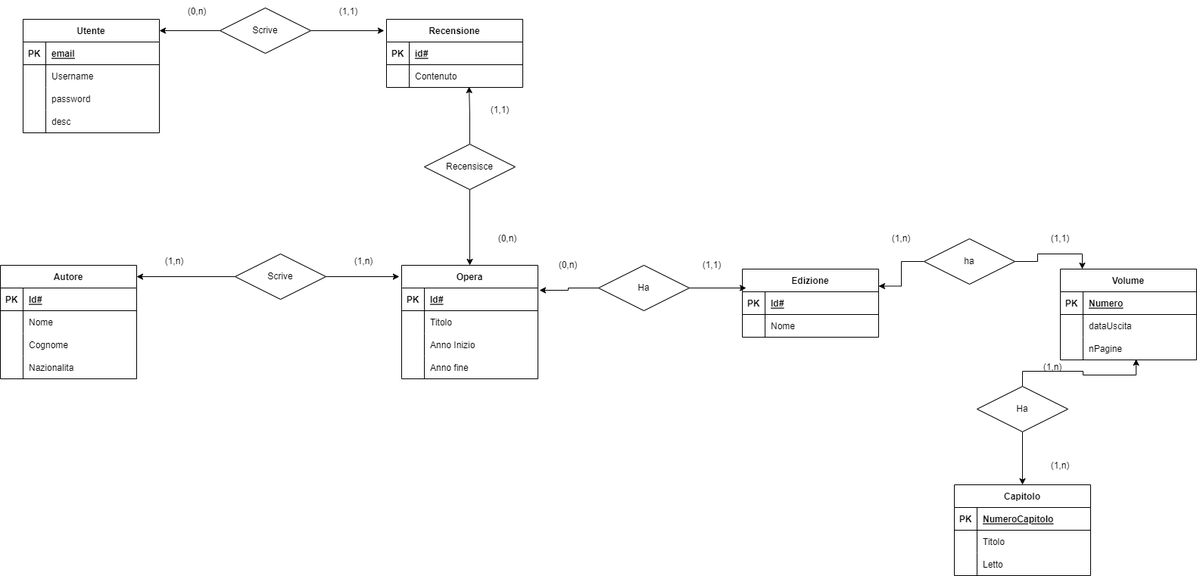
Cavosky/blog keeps this draw.io diagram as Progetto Blog.drawio.png. Above is the earlier version. Source tidied: cells renumbered, new cells last; positions are measured from the earlier drawing's top-left corner, leaving out a move shared by most shapes.
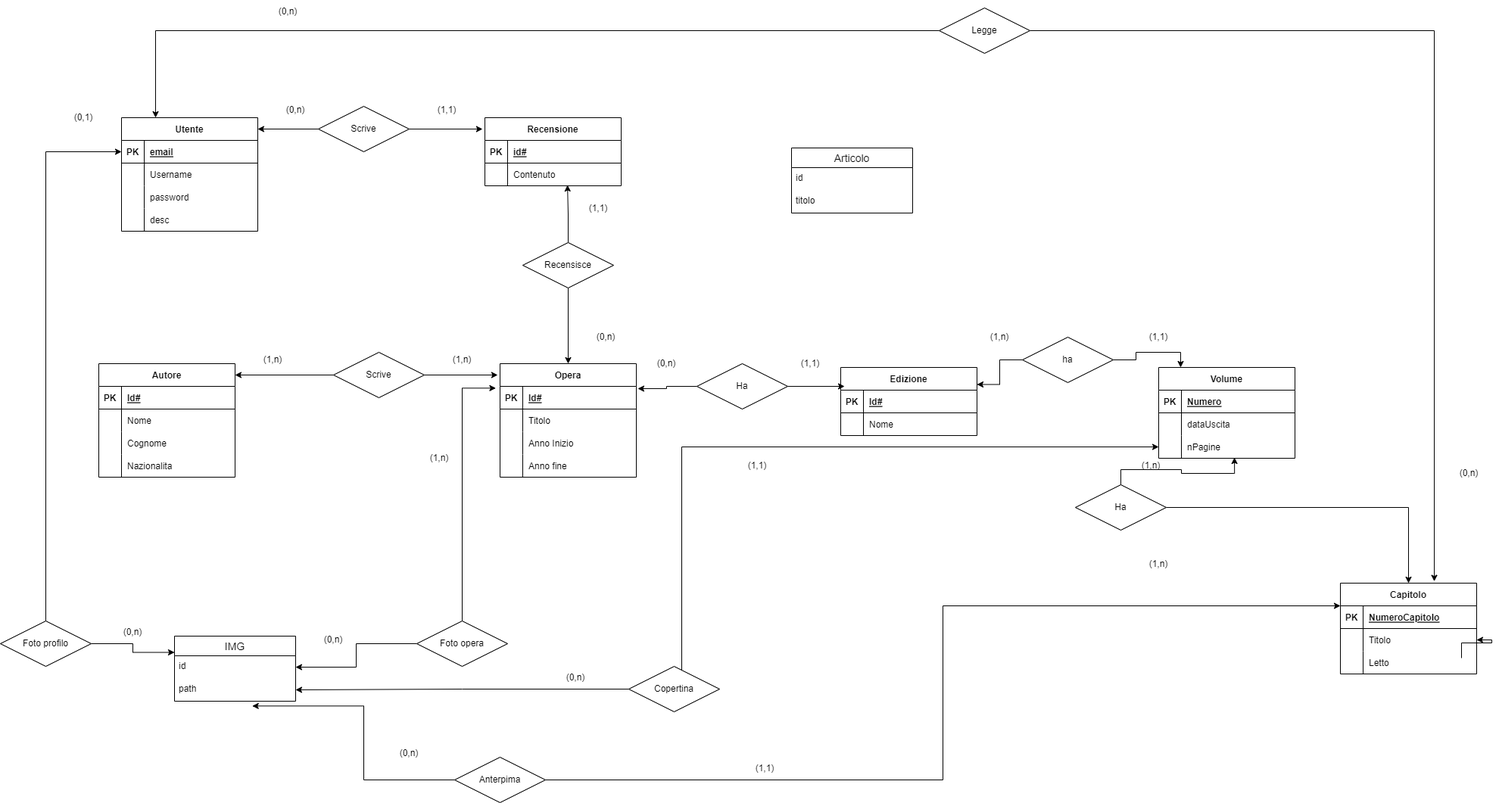
Later version of the same file.

Diff of the diagram source:
```diff
@@ -111,7 +111,7 @@
       <mxGeometry x="30" width="150" height="30" as="geometry" />
     </mxCell>
     <mxCell id="38" value="Capitolo" style="shape=table;startSize=30;rowLines=0;fontStyle=1;align=center;" parent="1" vertex="1">
-      <mxGeometry x="1260" y="640" width="180" height="120" as="geometry" />
+      <mxGeometry x="1640" y="640" width="180" height="120" as="geometry" />
     </mxCell>
     <mxCell id="39" style="shape=tableRow;horizontal=0;startSize=0;swimlaneHead=0;swimlaneBody=0;fillColor=none;top=0;left=0;right=0;bottom=1;" parent="38" vertex="1">
       <mxGeometry y="30" width="180" height="30" as="geometry" />
@@ -314,5 +314,112 @@
     <mxCell id="105" value="(1,1)" style="text;html=1;strokeColor=none;fillColor=none;align=center;verticalAlign=middle;whiteSpace=wrap;rounded=0;" parent="1" vertex="1">
       <mxGeometry x="1370" y="300" width="60" height="30" as="geometry" />
     </mxCell>
+    <mxCell id="106" style="edgeStyle=orthogonalEdgeStyle;rounded=0;jettySize=auto;html=1;entryX=0.25;entryY=0;entryDx=0;entryDy=0;" parent="1" edge="1" source="108" target="58">
+      <mxGeometry relative="1" as="geometry" />
+    </mxCell>
+    <mxCell id="107" style="edgeStyle=orthogonalEdgeStyle;rounded=0;jettySize=auto;html=1;entryX=0.689;entryY=-0.02;entryDx=0;entryDy=0;entryPerimeter=0;" parent="1" edge="1" source="108" target="38">
+      <mxGeometry relative="1" as="geometry" />
+    </mxCell>
+    <mxCell id="108" value="Legge" style="shape=rhombus;perimeter=rhombusPerimeter;whiteSpace=wrap;html=1;align=center;" parent="1" vertex="1">
+      <mxGeometry x="1110" y="-120" width="120" height="60" as="geometry" />
+    </mxCell>
+    <mxCell id="109" style="edgeStyle=orthogonalEdgeStyle;rounded=0;jettySize=auto;html=1;" parent="1" edge="1" target="42">
+      <mxGeometry relative="1" as="geometry">
+        <mxPoint x="1800" y="739" as="sourcePoint" />
+      </mxGeometry>
+    </mxCell>
+    <mxCell id="110" value="(0,n)" style="text;html=1;strokeColor=none;fillColor=none;align=center;verticalAlign=middle;whiteSpace=wrap;rounded=0;" parent="1" vertex="1">
+      <mxGeometry x="220" y="-130" width="60" height="30" as="geometry" />
+    </mxCell>
+    <mxCell id="111" value="(0,n)" style="text;html=1;strokeColor=none;fillColor=none;align=center;verticalAlign=middle;whiteSpace=wrap;rounded=0;" parent="1" vertex="1">
+      <mxGeometry x="1780" y="480" width="60" height="30" as="geometry" />
+    </mxCell>
+    <mxCell id="112" value="IMG" style="swimlane;fontStyle=0;horizontal=1;startSize=26;align=center;fontSize=14;" parent="1" vertex="1">
+      <mxGeometry x="100" y="710" width="160" height="86" as="geometry" />
+    </mxCell>
+    <mxCell id="113" value="id" style="text;strokeColor=none;fillColor=none;spacingLeft=4;spacingRight=4;overflow=hidden;points=[[0,0.5],[1,0.5]];portConstraint=eastwest;fontSize=12;" parent="112" vertex="1">
+      <mxGeometry y="26" width="160" height="30" as="geometry" />
+    </mxCell>
+    <mxCell id="114" value="path" style="text;strokeColor=none;fillColor=none;spacingLeft=4;spacingRight=4;overflow=hidden;points=[[0,0.5],[1,0.5]];portConstraint=eastwest;fontSize=12;" parent="112" vertex="1">
+      <mxGeometry y="56" width="160" height="30" as="geometry" />
+    </mxCell>
+    <mxCell id="115" style="edgeStyle=orthogonalEdgeStyle;rounded=0;jettySize=auto;html=1;entryX=0;entryY=0.25;entryDx=0;entryDy=0;" parent="1" edge="1" source="117" target="112">
+      <mxGeometry relative="1" as="geometry" />
+    </mxCell>
+    <mxCell id="116" style="edgeStyle=orthogonalEdgeStyle;rounded=0;jettySize=auto;html=1;entryX=0;entryY=0.5;entryDx=0;entryDy=0;" parent="1" edge="1" source="117" target="59">
+      <mxGeometry relative="1" as="geometry" />
+    </mxCell>
+    <mxCell id="117" value="Foto profilo" style="shape=rhombus;perimeter=rhombusPerimeter;whiteSpace=wrap;html=1;align=center;" parent="1" vertex="1">
+      <mxGeometry x="-130" y="690" width="120" height="60" as="geometry" />
+    </mxCell>
+    <mxCell id="118" value="(0,n)" style="text;html=1;strokeColor=none;fillColor=none;align=center;verticalAlign=middle;whiteSpace=wrap;rounded=0;" parent="1" vertex="1">
+      <mxGeometry x="15" y="690" width="60" height="30" as="geometry" />
+    </mxCell>
+    <mxCell id="119" value="(0,1)" style="text;html=1;strokeColor=none;fillColor=none;align=center;verticalAlign=middle;whiteSpace=wrap;rounded=0;" parent="1" vertex="1">
+      <mxGeometry x="-50" y="10" width="60" height="30" as="geometry" />
+    </mxCell>
+    <mxCell id="120" style="edgeStyle=orthogonalEdgeStyle;rounded=0;jettySize=auto;html=1;entryX=1;entryY=0.5;entryDx=0;entryDy=0;" parent="1" edge="1" source="122" target="113">
+      <mxGeometry relative="1" as="geometry" />
+    </mxCell>
+    <mxCell id="121" style="edgeStyle=orthogonalEdgeStyle;rounded=0;jettySize=auto;html=1;entryX=-0.031;entryY=0.078;entryDx=0;entryDy=0;entryPerimeter=0;" parent="1" edge="1" source="122" target="16">
+      <mxGeometry relative="1" as="geometry" />
+    </mxCell>
+    <mxCell id="122" value="Foto opera" style="shape=rhombus;perimeter=rhombusPerimeter;whiteSpace=wrap;html=1;align=center;" parent="1" vertex="1">
+      <mxGeometry x="420" y="690" width="120" height="60" as="geometry" />
+    </mxCell>
+    <mxCell id="123" value="(0,n)" style="text;html=1;strokeColor=none;fillColor=none;align=center;verticalAlign=middle;whiteSpace=wrap;rounded=0;" parent="1" vertex="1">
+      <mxGeometry x="280" y="700" width="60" height="30" as="geometry" />
+    </mxCell>
+    <mxCell id="124" value="(1,n)" style="text;html=1;strokeColor=none;fillColor=none;align=center;verticalAlign=middle;whiteSpace=wrap;rounded=0;" parent="1" vertex="1">
+      <mxGeometry x="420" y="460" width="60" height="30" as="geometry" />
+    </mxCell>
+    <mxCell id="125" style="edgeStyle=orthogonalEdgeStyle;rounded=0;jettySize=auto;html=1;" parent="1" edge="1" source="127" target="114">
+      <mxGeometry relative="1" as="geometry" />
+    </mxCell>
+    <mxCell id="126" style="edgeStyle=orthogonalEdgeStyle;rounded=0;jettySize=auto;html=1;" parent="1" edge="1" source="127" target="35">
+      <mxGeometry relative="1" as="geometry">
+        <Array as="points">
+          <mxPoint x="770" y="460" />
+        </Array>
+      </mxGeometry>
+    </mxCell>
+    <mxCell id="127" value="Copertina" style="shape=rhombus;perimeter=rhombusPerimeter;whiteSpace=wrap;html=1;align=center;" parent="1" vertex="1">
+      <mxGeometry x="700" y="750" width="120" height="60" as="geometry" />
+    </mxCell>
+    <mxCell id="128" value="(0,n)" style="text;html=1;strokeColor=none;fillColor=none;align=center;verticalAlign=middle;whiteSpace=wrap;rounded=0;" parent="1" vertex="1">
+      <mxGeometry x="600" y="750" width="60" height="30" as="geometry" />
+    </mxCell>
+    <mxCell id="129" value="(1,1)" style="text;html=1;strokeColor=none;fillColor=none;align=center;verticalAlign=middle;whiteSpace=wrap;rounded=0;" parent="1" vertex="1">
+      <mxGeometry x="840" y="470" width="60" height="30" as="geometry" />
+    </mxCell>
+    <mxCell id="130" style="edgeStyle=orthogonalEdgeStyle;rounded=0;jettySize=auto;html=1;entryX=0.642;entryY=1.211;entryDx=0;entryDy=0;entryPerimeter=0;" parent="1" edge="1" source="132" target="114">
+      <mxGeometry relative="1" as="geometry">
+        <Array as="points">
+          <mxPoint x="350" y="900" />
+          <mxPoint x="350" y="802" />
+        </Array>
+      </mxGeometry>
+    </mxCell>
+    <mxCell id="131" style="edgeStyle=orthogonalEdgeStyle;rounded=0;jettySize=auto;html=1;entryX=0;entryY=0.25;entryDx=0;entryDy=0;" parent="1" edge="1" source="132" target="38">
+      <mxGeometry relative="1" as="geometry" />
+    </mxCell>
+    <mxCell id="132" value="Anterpima" style="shape=rhombus;perimeter=rhombusPerimeter;whiteSpace=wrap;html=1;align=center;" parent="1" vertex="1">
+      <mxGeometry x="470" y="870" width="120" height="60" as="geometry" />
+    </mxCell>
+    <mxCell id="133" value="(0,n)" style="text;html=1;strokeColor=none;fillColor=none;align=center;verticalAlign=middle;whiteSpace=wrap;rounded=0;" parent="1" vertex="1">
+      <mxGeometry x="380" y="850" width="60" height="30" as="geometry" />
+    </mxCell>
+    <mxCell id="134" value="(1,1)" style="text;html=1;strokeColor=none;fillColor=none;align=center;verticalAlign=middle;whiteSpace=wrap;rounded=0;" parent="1" vertex="1">
+      <mxGeometry x="850" y="870" width="60" height="30" as="geometry" />
+    </mxCell>
+    <mxCell id="135" value="Articolo" style="swimlane;fontStyle=0;horizontal=1;startSize=26;align=center;fontSize=14;" parent="1" vertex="1">
+      <mxGeometry x="915" y="65" width="160" height="86" as="geometry" />
+    </mxCell>
+    <mxCell id="136" value="id" style="text;strokeColor=none;fillColor=none;spacingLeft=4;spacingRight=4;overflow=hidden;fontSize=12;" parent="135" vertex="1">
+      <mxGeometry y="26" width="160" height="30" as="geometry" />
+    </mxCell>
+    <mxCell id="137" value="titolo" style="text;strokeColor=none;fillColor=none;spacingLeft=4;spacingRight=4;overflow=hidden;fontSize=12;" parent="135" vertex="1">
+      <mxGeometry y="56" width="160" height="30" as="geometry" />
+    </mxCell>
   </root>
 </mxGraphModel>
```
